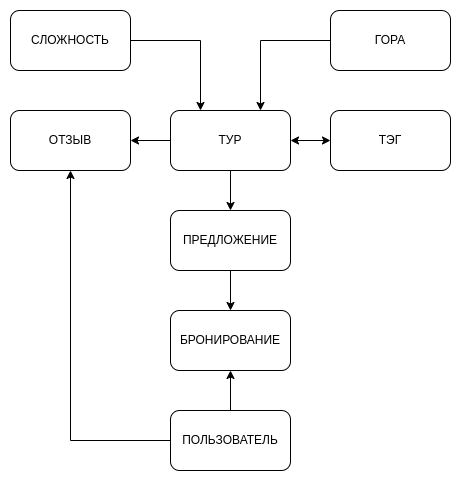
The draw.io diagram Lab2/concept-model.png in markov-avl/PythonBackend, before a commit. Source tidied: cells renumbered, new cells last; positions are measured from the earlier drawing's top-left corner, leaving out a move shared by most shapes.
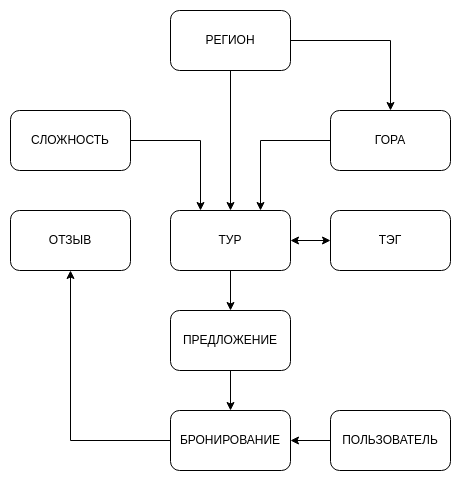
The same diagram one commit later.

What changed in the source:
```diff
@@ -8,14 +8,14 @@
     <mxCell id="3" value="ГОРА" style="rounded=1;whiteSpace=wrap;html=1;" parent="1" vertex="1">
       <mxGeometry x="320" width="120" height="60" as="geometry" />
     </mxCell>
+    <mxCell id="5" style="edgeStyle=orthogonalEdgeStyle;rounded=0;jettySize=auto;html=1;exitX=0;exitY=0.5;exitDx=0;exitDy=0;entryX=0.5;entryY=1;entryDx=0;entryDy=0;startArrow=none;startFill=0;" parent="1" edge="1" source="15" target="13">
+      <mxGeometry relative="1" as="geometry" />
+    </mxCell>
-    <mxCell id="4" style="edgeStyle=orthogonalEdgeStyle;rounded=0;jettySize=auto;html=1;exitX=0.5;exitY=0;exitDx=0;exitDy=0;entryX=0.5;entryY=1;entryDx=0;entryDy=0;startArrow=none;startFill=0;" parent="1" edge="1" source="6" target="15">
+    <mxCell id="4" style="edgeStyle=orthogonalEdgeStyle;rounded=0;html=1;exitX=0;exitY=0.5;exitDx=0;exitDy=0;entryX=1;entryY=0.5;entryDx=0;entryDy=0;strokeColor=default;" parent="1" edge="1" source="6" target="15">
       <mxGeometry relative="1" as="geometry" />
     </mxCell>
-    <mxCell id="5" style="edgeStyle=orthogonalEdgeStyle;rounded=0;jettySize=auto;html=1;exitX=0;exitY=0.5;exitDx=0;exitDy=0;entryX=0.5;entryY=1;entryDx=0;entryDy=0;startArrow=none;startFill=0;" parent="1" edge="1" source="6" target="13">
-      <mxGeometry relative="1" as="geometry" />
-    </mxCell>
     <mxCell id="6" value="ПОЛЬЗОВАТЕЛЬ" style="rounded=1;whiteSpace=wrap;html=1;" parent="1" vertex="1">
-      <mxGeometry x="160" y="400" width="120" height="60" as="geometry" />
+      <mxGeometry x="320" y="300" width="120" height="60" as="geometry" />
     </mxCell>
     <mxCell id="7" style="edgeStyle=orthogonalEdgeStyle;rounded=0;jettySize=auto;html=1;exitX=0;exitY=0.5;exitDx=0;exitDy=0;entryX=1;entryY=0.5;entryDx=0;entryDy=0;startArrow=classic;startFill=1;" parent="1" edge="1" source="8" target="12">
       <mxGeometry relative="1" as="geometry" />
@@ -29,9 +29,6 @@
     <mxCell id="10" value="СЛОЖНОСТЬ" style="rounded=1;whiteSpace=wrap;html=1;" parent="1" vertex="1">
       <mxGeometry width="120" height="60" as="geometry" />
     </mxCell>
-    <mxCell id="11" style="edgeStyle=orthogonalEdgeStyle;rounded=0;jettySize=auto;html=1;exitX=0;exitY=0.5;exitDx=0;exitDy=0;entryX=1;entryY=0.5;entryDx=0;entryDy=0;startArrow=none;startFill=0;" parent="1" edge="1" source="12" target="13">
-      <mxGeometry relative="1" as="geometry" />
-    </mxCell>
     <mxCell id="12" value="ТУР" style="rounded=1;whiteSpace=wrap;html=1;" parent="1" vertex="1">
       <mxGeometry x="160" y="100" width="120" height="60" as="geometry" />
     </mxCell>
@@ -50,5 +47,14 @@
     <mxCell id="17" value="ПРЕДЛОЖЕНИЕ" style="rounded=1;whiteSpace=wrap;html=1;" parent="1" vertex="1">
       <mxGeometry x="160" y="200" width="120" height="60" as="geometry" />
     </mxCell>
+    <mxCell id="18" style="edgeStyle=orthogonalEdgeStyle;rounded=0;html=1;exitX=1;exitY=0.5;exitDx=0;exitDy=0;entryX=0.5;entryY=0;entryDx=0;entryDy=0;strokeColor=default;" parent="1" edge="1" source="20" target="3">
+      <mxGeometry relative="1" as="geometry" />
+    </mxCell>
+    <mxCell id="19" style="edgeStyle=orthogonalEdgeStyle;rounded=0;html=1;exitX=0.5;exitY=1;exitDx=0;exitDy=0;entryX=0.5;entryY=0;entryDx=0;entryDy=0;strokeColor=default;" parent="1" edge="1" source="20" target="12">
+      <mxGeometry relative="1" as="geometry" />
+    </mxCell>
+    <mxCell id="20" value="РЕГИОН" style="rounded=1;whiteSpace=wrap;html=1;" parent="1" vertex="1">
+      <mxGeometry x="160" y="-100" width="120" height="60" as="geometry" />
+    </mxCell>
   </root>
 </mxGraphModel>
```
